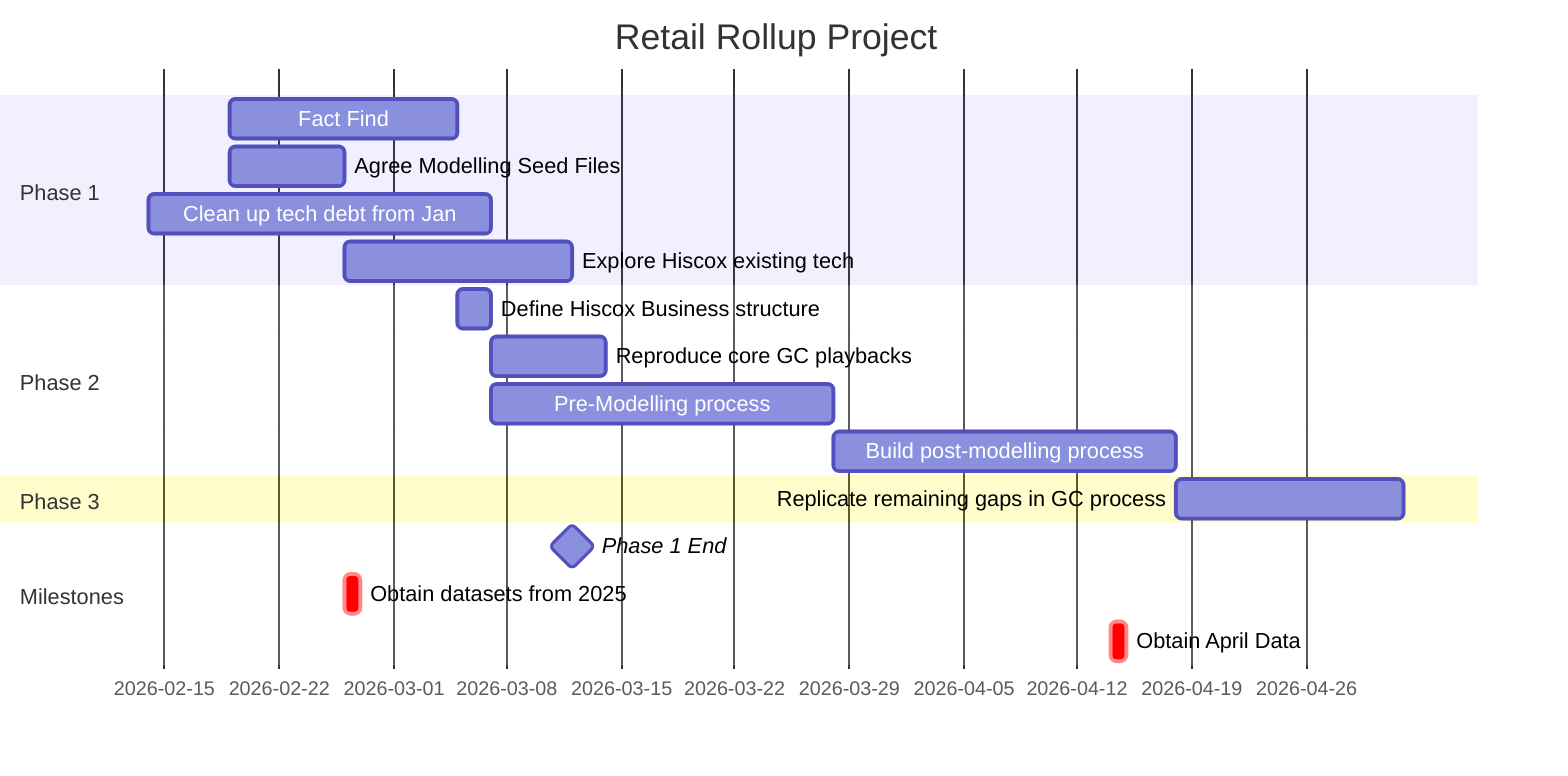
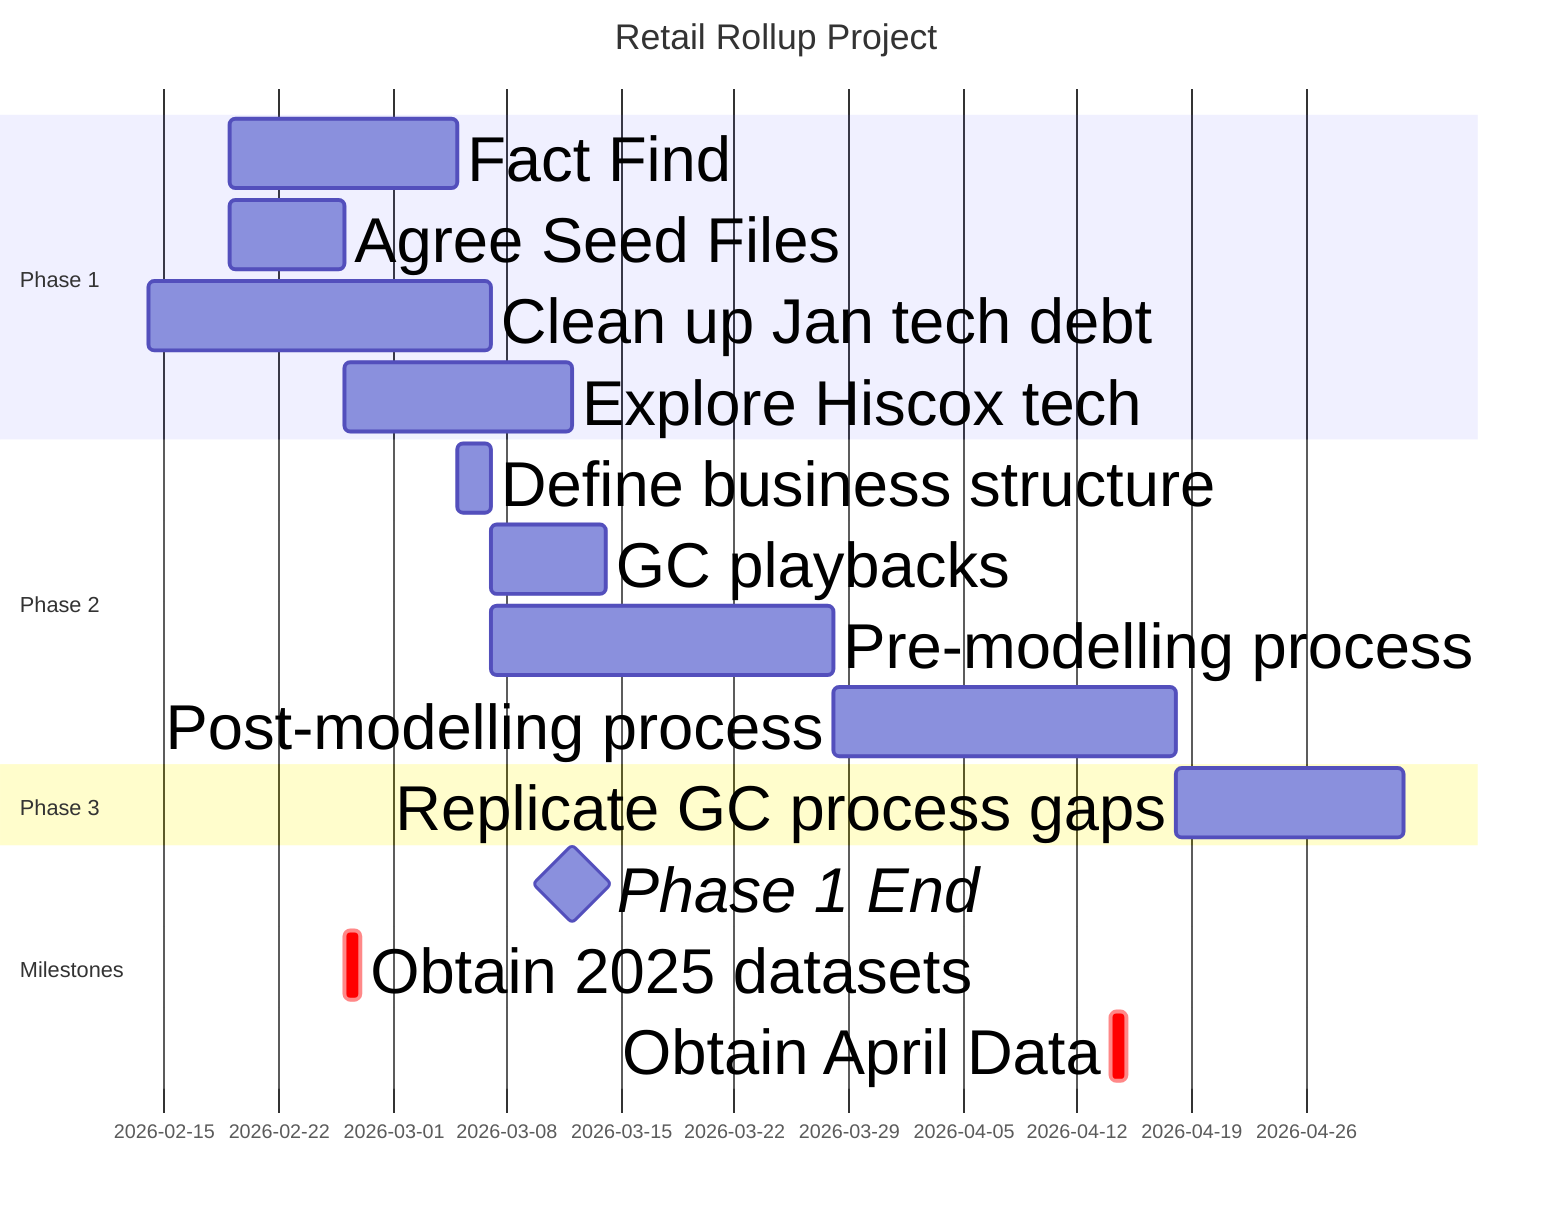
+ %%{init: {'gantt': {'barHeight': 35, 'barGap': 6, 'topPadding': 60, 'sidePadding': 75, 'fontSize': 32}}}%%
gantt
    title Retail Rollup Project
    dateFormat  YYYY-MM-DD
    todayMarker off

    section Phase 1
        Fact Find                       :a1, 2026-02-19, 14d
-         Agree Modelling Seed Files      :a2, 2026-02-19, 7d
-         Clean up tech debt from Jan     :a3, 2026-02-14, 21d
-         Explore Hiscox existing tech    :a4, after a2, 14d
+         Agree Seed Files                :a2, 2026-02-19, 7d
+         Clean up Jan tech debt          :a3, 2026-02-14, 21d
+         Explore Hiscox tech             :a4, after a2, 14d

    section Phase 2
-         Define Hiscox Business structure   :b1, 2026-03-05, 2d
-         Reproduce core GC playbacks         :b2_a, after b1, 7d
-         Pre-Modelling process               :b2, after b1, 21d
-         Build post-modelling process        :b3, after b2, 21d
+         Define business structure       :b1, 2026-03-05, 2d
+         GC playbacks                    :b2_a, after b1, 7d
+         Pre-modelling process           :b2, after b1, 21d
+         Post-modelling process          :b3, after b2, 21d

    section Phase 3
-         Replicate remaining gaps in GC process  :c1, after b3, 14d
+         Replicate GC process gaps       :c1, after b3, 14d

    section Milestones
-         Phase 1 End                         :milestone, m1, after a4, 0d
-         Obtain datasets from 2025           :crit, after a2, 1d
-         Obtain April Data                   :crit, 2026-04-14, 1d
+         Phase 1 End                     :milestone, m1, after a4, 0d
+         Obtain 2025 datasets            :crit, after a2, 1d
+         Obtain April Data               :crit, 2026-04-14, 1d
